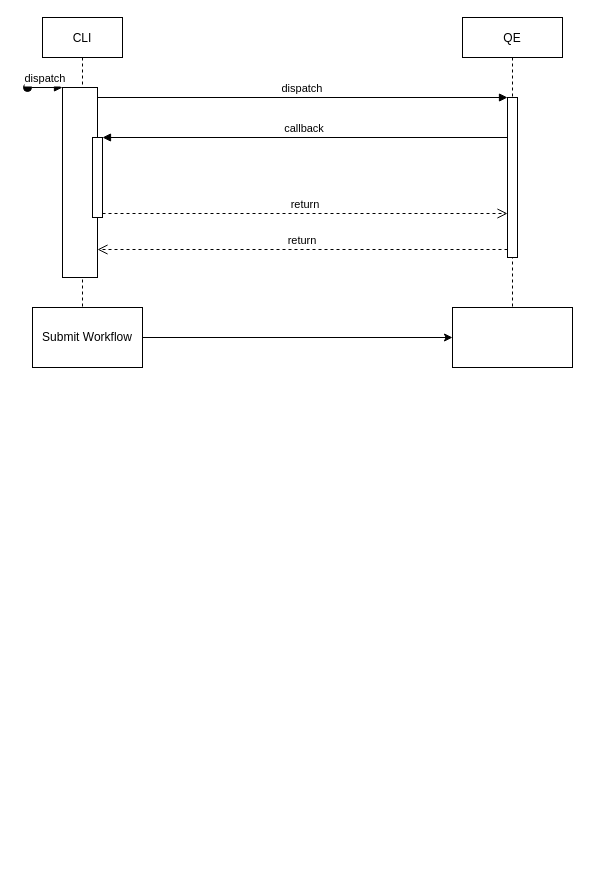
lundybernard/white-board keeps this draw.io diagram as argos_logging.drawio. Above is the earlier version. Source tidied: cells renumbered, new cells numbered last; positions are measured from the earlier drawing's top-left corner, leaving out a move shared by most shapes. Both pictures are drawn from the tidied source at 100%, with x=0, y=0 at pixel (27, 17).
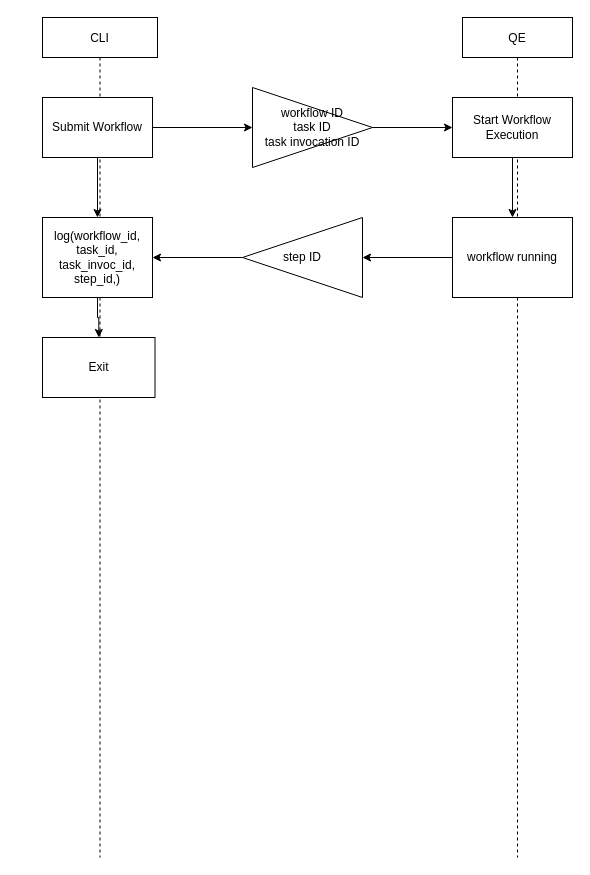
The same page after the edit.

Diff of the diagram source:
```diff
@@
 <mxGraphModel>
   <root>
     <mxCell id="0" />
     <mxCell id="1" parent="0" />
-    <mxCell id="2" style="edgeStyle=orthogonalEdgeStyle;rounded=0;jettySize=auto;html=1;" parent="1" edge="1" source="3" target="14">
-      <mxGeometry relative="1" as="geometry" />
-    </mxCell>
     <mxCell id="3" value="CLI" style="shape=umlLifeline;perimeter=lifelinePerimeter;rounded=0;shadow=0;strokeWidth=1;" parent="1" vertex="1">
-      <mxGeometry x="15" width="80" height="300" as="geometry" />
+      <mxGeometry x="15" width="115" height="840" as="geometry" />
     </mxCell>
-    <mxCell id="4" style="points=[];perimeter=orthogonalPerimeter;rounded=0;shadow=0;strokeWidth=1;" parent="3" vertex="1">
-      <mxGeometry x="20" y="70" width="35" height="190" as="geometry" />
-    </mxCell>
-    <mxCell id="5" value="dispatch" style="verticalAlign=bottom;startArrow=oval;endArrow=block;startSize=8;shadow=0;strokeWidth=1;" parent="3" edge="1" target="4">
-      <mxGeometry relative="1" as="geometry">
-        <mxPoint x="-15" y="70" as="sourcePoint" />
-      </mxGeometry>
-    </mxCell>
-    <mxCell id="6" style="points=[];perimeter=orthogonalPerimeter;rounded=0;shadow=0;strokeWidth=1;" parent="3" vertex="1">
-      <mxGeometry x="50" y="120" width="10" height="80" as="geometry" />
-    </mxCell>
+    <mxCell id="14" value="Submit Workflow" style="rounded=0;whiteSpace=wrap;html=1;" parent="3" vertex="1">
+      <mxGeometry y="80" width="110" height="60" as="geometry" />
+    </mxCell>
+    <mxCell id="16" value="&lt;div&gt;log(workflow_id, task_id, task_invoc_id, step_id,)&lt;/div&gt;" style="whiteSpace=wrap;html=1;rounded=0;" parent="3" vertex="1">
+      <mxGeometry y="200" width="110" height="80" as="geometry" />
+    </mxCell>
+    <mxCell id="17" style="edgeStyle=orthogonalEdgeStyle;rounded=0;jettySize=auto;html=1;" parent="3" edge="1" source="14" target="16">
+      <mxGeometry relative="1" as="geometry" />
+    </mxCell>
+    <mxCell id="18" value="Exit" style="whiteSpace=wrap;html=1;rounded=0;" parent="3" vertex="1">
+      <mxGeometry y="320" width="112.5" height="60" as="geometry" />
+    </mxCell>
+    <mxCell id="19" style="edgeStyle=orthogonalEdgeStyle;rounded=0;jettySize=auto;html=1;" parent="3" edge="1" source="16" target="18">
+      <mxGeometry relative="1" as="geometry" />
+    </mxCell>
     <mxCell id="7" value="QE" style="shape=umlLifeline;perimeter=lifelinePerimeter;rounded=0;shadow=0;strokeWidth=1;" parent="1" vertex="1">
-      <mxGeometry x="435" width="100" height="300" as="geometry" />
+      <mxGeometry x="435" width="110" height="840" as="geometry" />
     </mxCell>
-    <mxCell id="8" style="points=[];perimeter=orthogonalPerimeter;rounded=0;shadow=0;strokeWidth=1;" parent="7" vertex="1">
-      <mxGeometry x="45" y="80" width="10" height="160" as="geometry" />
-    </mxCell>
-    <mxCell id="9" value="return" style="verticalAlign=bottom;endArrow=open;dashed=1;endSize=8;exitX=0;exitY=0.95;shadow=0;strokeWidth=1;" parent="1" edge="1" source="8" target="4">
-      <mxGeometry relative="1" as="geometry" />
-    </mxCell>
-    <mxCell id="10" value="dispatch" style="verticalAlign=bottom;endArrow=block;entryX=0;entryY=0;shadow=0;strokeWidth=1;" parent="1" edge="1" source="4" target="8">
-      <mxGeometry relative="1" as="geometry" />
-    </mxCell>
-    <mxCell id="11" value="callback" style="verticalAlign=bottom;endArrow=block;entryX=1;entryY=0;shadow=0;strokeWidth=1;" parent="1" edge="1" source="8" target="6">
-      <mxGeometry relative="1" as="geometry" />
-    </mxCell>
-    <mxCell id="12" value="return" style="verticalAlign=bottom;endArrow=open;dashed=1;endSize=8;exitX=1;exitY=0.95;shadow=0;strokeWidth=1;" parent="1" edge="1" source="6" target="8">
-      <mxGeometry relative="1" as="geometry" />
-    </mxCell>
-    <mxCell id="13" style="edgeStyle=orthogonalEdgeStyle;rounded=0;jettySize=auto;html=1;" parent="1" edge="1" source="14" target="15">
-      <mxGeometry relative="1" as="geometry" />
-    </mxCell>
-    <mxCell id="14" value="Submit Workflow" style="rounded=0;whiteSpace=wrap;html=1;" parent="1" vertex="1">
-      <mxGeometry x="5" y="290" width="110" height="60" as="geometry" />
-    </mxCell>
-    <mxCell id="15" style="whiteSpace=wrap;html=1;rounded=0;" parent="1" vertex="1">
-      <mxGeometry x="425" y="290" width="120" height="60" as="geometry" />
+    <mxCell id="15" value="Start Workflow Execution" style="whiteSpace=wrap;html=1;rounded=0;" parent="7" vertex="1">
+      <mxGeometry x="-10" y="80" width="120" height="60" as="geometry" />
     </mxCell>
+    <mxCell id="20" value="workflow running" style="whiteSpace=wrap;html=1;rounded=0;" parent="7" vertex="1">
+      <mxGeometry x="-10" y="200" width="120" height="80" as="geometry" />
+    </mxCell>
+    <mxCell id="21" style="edgeStyle=orthogonalEdgeStyle;rounded=0;jettySize=auto;html=1;" parent="7" edge="1" source="15" target="20">
+      <mxGeometry relative="1" as="geometry" />
+    </mxCell>
+    <mxCell id="22" style="edgeStyle=orthogonalEdgeStyle;rounded=0;jettySize=auto;html=1;" parent="1" edge="1" source="23" target="15">
+      <mxGeometry relative="1" as="geometry" />
+    </mxCell>
+    <mxCell id="23" value="&lt;div&gt;workflow ID&lt;/div&gt;&lt;div&gt;task ID&lt;/div&gt;&lt;div&gt;task invocation ID&lt;br&gt;&lt;/div&gt;" style="triangle;whiteSpace=wrap;html=1;" parent="1" vertex="1">
+      <mxGeometry x="225" y="70" width="120" height="80" as="geometry" />
+    </mxCell>
+    <mxCell id="24" style="edgeStyle=orthogonalEdgeStyle;rounded=0;jettySize=auto;html=1;entryX=0;entryY=0.5;entryDx=0;entryDy=0;" parent="1" edge="1" source="20" target="26">
+      <mxGeometry relative="1" as="geometry" />
+    </mxCell>
+    <mxCell id="25" style="edgeStyle=orthogonalEdgeStyle;rounded=0;jettySize=auto;html=1;" parent="1" edge="1" source="26" target="16">
+      <mxGeometry relative="1" as="geometry" />
+    </mxCell>
+    <mxCell id="26" value="step ID" style="triangle;whiteSpace=wrap;html=1;direction=west;" parent="1" vertex="1">
+      <mxGeometry x="215" y="200" width="120" height="80" as="geometry" />
+    </mxCell>
+    <mxCell id="27" style="edgeStyle=orthogonalEdgeStyle;rounded=0;jettySize=auto;html=1;" parent="1" edge="1" source="14" target="23">
+      <mxGeometry relative="1" as="geometry" />
+    </mxCell>
   </root>
 </mxGraphModel>
```
